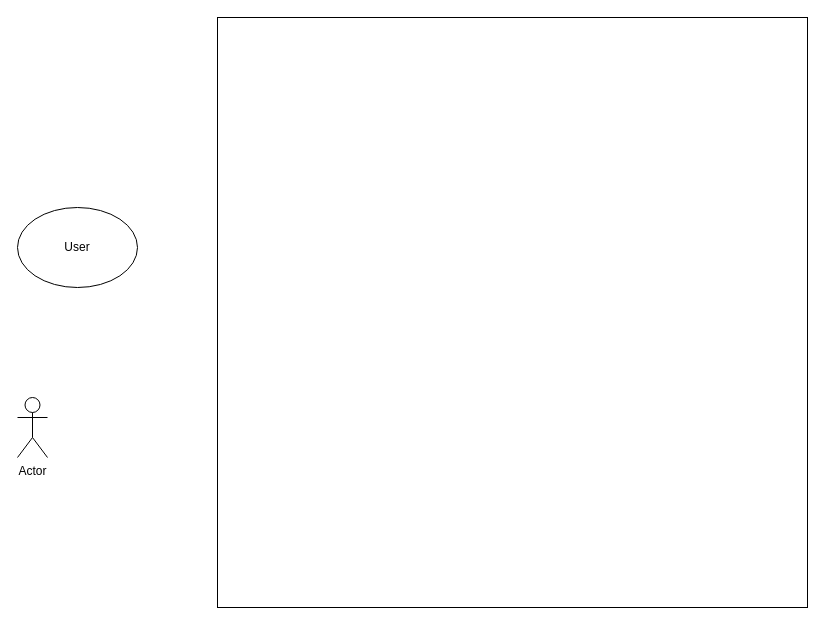
The draw.io diagram web.drawio in Aryanda04/File-common, before the edit. Source tidied: cells renumbered, new cells numbered last; positions are measured from the earlier drawing's top-left corner, leaving out a move shared by most shapes. Both pictures are drawn from the tidied source at 100%, with x=0, y=0 at pixel (17, 17).
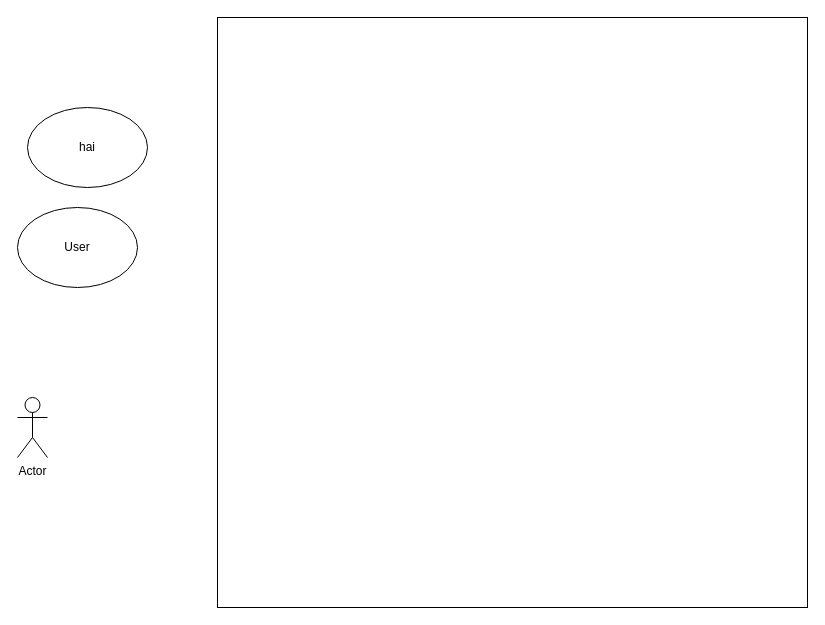
After the change.

Diff of the diagram source:
```diff
@@
 <mxGraphModel>
   <root>
     <mxCell id="0" />
     <mxCell id="1" parent="0" />
     <mxCell id="2" style="whiteSpace=wrap;html=1;" parent="1" vertex="1">
       <mxGeometry x="200" width="590" height="590" as="geometry" />
     </mxCell>
     <mxCell id="3" value="User" style="ellipse;whiteSpace=wrap;html=1;" parent="1" vertex="1">
       <mxGeometry y="190" width="120" height="80" as="geometry" />
     </mxCell>
     <mxCell id="4" value="Actor" style="shape=umlActor;verticalLabelPosition=bottom;verticalAlign=top;html=1;" parent="1" vertex="1">
       <mxGeometry y="380" width="30" height="60" as="geometry" />
     </mxCell>
+    <mxCell id="5" value="hai" style="ellipse;whiteSpace=wrap;html=1;" parent="1" vertex="1">
+      <mxGeometry x="10" y="90" width="120" height="80" as="geometry" />
+    </mxCell>
   </root>
 </mxGraphModel>
```
